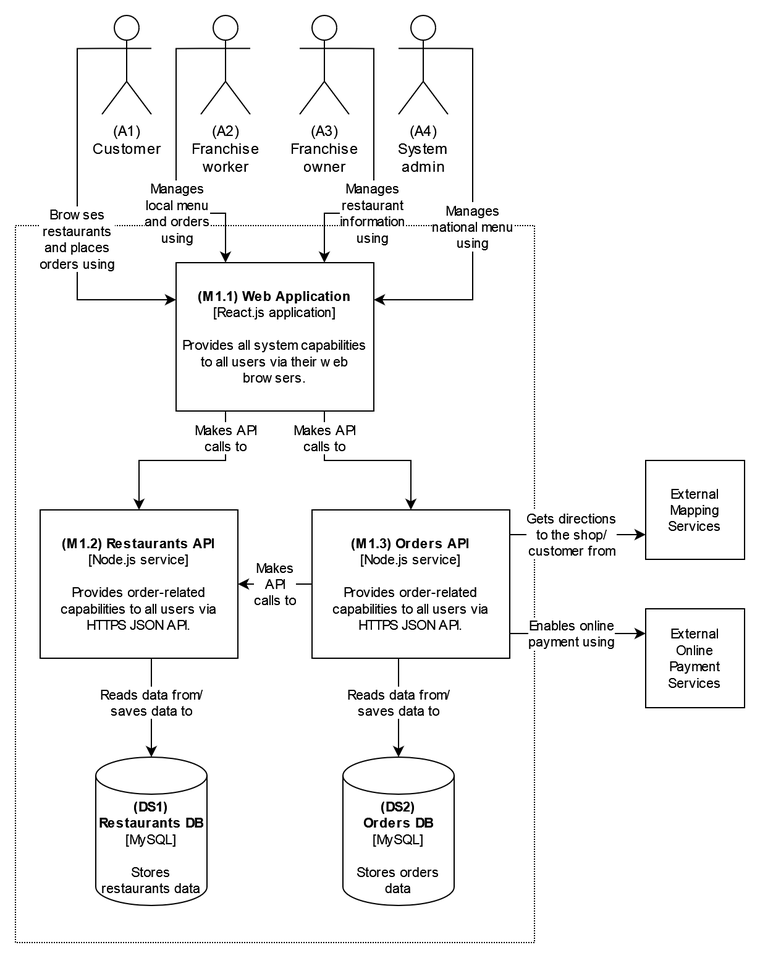
soofka/aop-example keeps this draw.io diagram as container-diagram-1.png. Above is the earlier version. Source tidied: cells renumbered, new cells last; positions are measured from the earlier drawing's top-left corner, leaving out a move shared by most shapes.
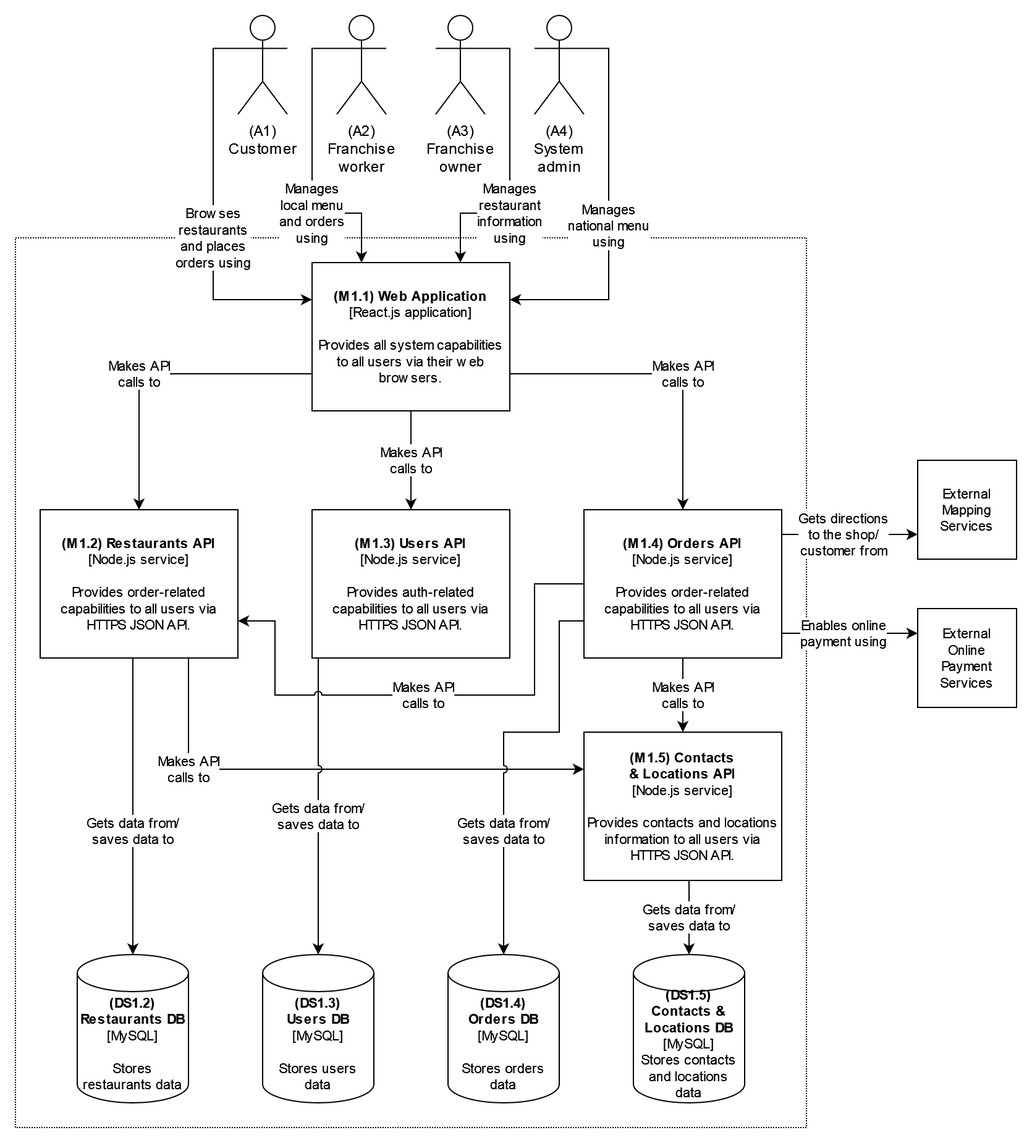
The same diagram one commit later.

The edit, as a diff of the source:
```diff
@@ -5,3 +5,3 @@
     <mxCell id="2" style="rounded=0;whiteSpace=wrap;html=1;fontSize=11;dashed=1;dashPattern=1 1;" parent="1" vertex="1">
-      <mxGeometry y="170" width="420" height="580" as="geometry" />
+      <mxGeometry y="180" width="640" height="720" as="geometry" />
     </mxCell>
@@ -10,24 +10,24 @@
     </mxCell>
-    <mxCell id="4" value="&lt;div&gt;&lt;b&gt;(DS1) Restaurants DB&lt;br&gt;&lt;/b&gt;&lt;/div&gt;&lt;div&gt;[MySQL]&lt;b&gt;&lt;br&gt;&lt;/b&gt;&lt;/div&gt;&lt;div&gt;&lt;b&gt;&lt;br&gt;&lt;/b&gt;&lt;/div&gt;&lt;div&gt;Stores restaurants data&lt;br&gt;&lt;/div&gt;" style="shape=cylinder3;whiteSpace=wrap;html=1;boundedLbl=1;backgroundOutline=1;size=15;fontSize=11;" parent="1" vertex="1">
-      <mxGeometry x="65" y="600" width="90" height="120" as="geometry" />
+    <mxCell id="4" value="&lt;div&gt;&lt;b&gt;(DS1.2) Restaurants DB&lt;br&gt;&lt;/b&gt;&lt;/div&gt;&lt;div&gt;[MySQL]&lt;b&gt;&lt;br&gt;&lt;/b&gt;&lt;/div&gt;&lt;div&gt;&lt;b&gt;&lt;br&gt;&lt;/b&gt;&lt;/div&gt;&lt;div&gt;Stores restaurants data&lt;br&gt;&lt;/div&gt;" style="shape=cylinder3;whiteSpace=wrap;html=1;boundedLbl=1;backgroundOutline=1;size=15;fontSize=11;" parent="1" vertex="1">
+      <mxGeometry x="50" y="760" width="90" height="120" as="geometry" />
     </mxCell>
     <mxCell id="5" value="&lt;div&gt;&lt;b&gt;(M1.1) Web Application&lt;/b&gt;&lt;/div&gt;&lt;div&gt;[React.js application]&lt;/div&gt;&lt;div&gt;&lt;br&gt;&lt;/div&gt;&lt;div&gt;Provides all system capabilities to all users via their web browsers.&lt;br&gt;&lt;/div&gt;" style="rounded=0;whiteSpace=wrap;html=1;fontSize=11;" parent="1" vertex="1">
-      <mxGeometry x="130" y="200" width="160" height="120" as="geometry" />
+      <mxGeometry x="240" y="200" width="160" height="120" as="geometry" />
     </mxCell>
-    <mxCell id="6" value="&lt;div&gt;&lt;b&gt;(M1.3) Orders API&lt;/b&gt;&lt;/div&gt;&lt;div&gt;[Node.js service]&lt;/div&gt;&lt;div&gt;&lt;br&gt;&lt;/div&gt;&lt;div&gt;Provides order-related capabilities to all users via HTTPS JSON API.&lt;br&gt;&lt;/div&gt;" style="rounded=0;whiteSpace=wrap;html=1;fontSize=11;" parent="1" vertex="1">
+    <mxCell id="6" value="&lt;div&gt;&lt;b&gt;(M1.3) Users API&lt;br&gt;&lt;/b&gt;&lt;/div&gt;&lt;div&gt;[Node.js service]&lt;/div&gt;&lt;div&gt;&lt;br&gt;&lt;/div&gt;&lt;div&gt;Provides auth-related capabilities to all users via HTTPS JSON API.&lt;br&gt;&lt;/div&gt;" style="rounded=0;whiteSpace=wrap;html=1;fontSize=11;" parent="1" vertex="1">
       <mxGeometry x="240" y="400" width="160" height="120" as="geometry" />
     </mxCell>
-    <mxCell id="7" value="&lt;div&gt;&lt;b&gt;(DS2)&lt;br&gt;&lt;/b&gt;&lt;/div&gt;&lt;div&gt;&lt;b&gt;Orders DB&lt;br&gt;&lt;/b&gt;&lt;/div&gt;&lt;div&gt;[MySQL]&lt;b&gt;&lt;br&gt;&lt;/b&gt;&lt;/div&gt;&lt;div&gt;&lt;b&gt;&lt;br&gt;&lt;/b&gt;&lt;/div&gt;&lt;div&gt;Stores orders&lt;/div&gt;&lt;div&gt;data&lt;br&gt;&lt;/div&gt;" style="shape=cylinder3;whiteSpace=wrap;html=1;boundedLbl=1;backgroundOutline=1;size=15;fontSize=11;" parent="1" vertex="1">
-      <mxGeometry x="265" y="600" width="90" height="120" as="geometry" />
+    <mxCell id="7" value="&lt;div&gt;&lt;b&gt;(DS1.3)&lt;br&gt;&lt;/b&gt;&lt;/div&gt;&lt;div&gt;&lt;b&gt;Users DB&lt;br&gt;&lt;/b&gt;&lt;/div&gt;&lt;div&gt;[MySQL]&lt;b&gt;&lt;br&gt;&lt;/b&gt;&lt;/div&gt;&lt;div&gt;&lt;b&gt;&lt;br&gt;&lt;/b&gt;&lt;/div&gt;&lt;div&gt;Stores users&lt;/div&gt;&lt;div&gt;data&lt;br&gt;&lt;/div&gt;" style="shape=cylinder3;whiteSpace=wrap;html=1;boundedLbl=1;backgroundOutline=1;size=15;fontSize=11;" parent="1" vertex="1">
+      <mxGeometry x="200" y="760" width="90" height="120" as="geometry" />
     </mxCell>
     <mxCell id="8" value="&lt;div&gt;External&lt;/div&gt;&lt;div&gt;Mapping&lt;/div&gt;&lt;div&gt;Services&lt;br&gt;&lt;/div&gt;" style="rounded=0;whiteSpace=wrap;html=1;fontSize=11;" parent="1" vertex="1">
-      <mxGeometry x="510" y="360" width="80" height="80" as="geometry" />
+      <mxGeometry x="730" y="360" width="80" height="80" as="geometry" />
     </mxCell>
     <mxCell id="9" value="&lt;div&gt;External&lt;/div&gt;&lt;div&gt;Online&lt;/div&gt;&lt;div&gt;Payment&lt;br&gt;&lt;/div&gt;&lt;div&gt;Services&lt;br&gt;&lt;/div&gt;" style="rounded=0;whiteSpace=wrap;html=1;fontSize=11;" parent="1" vertex="1">
-      <mxGeometry x="510" y="480" width="80" height="80" as="geometry" />
+      <mxGeometry x="730" y="480" width="80" height="80" as="geometry" />
     </mxCell>
-    <mxCell id="10" value="&lt;div&gt;Gets directions&lt;/div&gt;&lt;div&gt;to the shop/&lt;/div&gt;&lt;div&gt;customer from&lt;br&gt;&lt;/div&gt;" style="endArrow=none;html=1;rounded=0;fontSize=11;jumpStyle=arc;edgeStyle=orthogonalEdgeStyle;exitX=0;exitY=0.75;exitDx=0;exitDy=0;endFill=0;startArrow=classic;startFill=1;entryX=1;entryY=0.25;entryDx=0;entryDy=0;" parent="1" edge="1" source="8" target="6">
+    <mxCell id="10" value="&lt;div&gt;Gets directions&lt;/div&gt;&lt;div&gt;to the shop/&lt;/div&gt;&lt;div&gt;customer from&lt;br&gt;&lt;/div&gt;" style="endArrow=none;html=1;rounded=0;fontSize=11;jumpStyle=arc;edgeStyle=orthogonalEdgeStyle;exitX=0;exitY=0.75;exitDx=0;exitDy=0;endFill=0;startArrow=classic;startFill=1;entryX=1;entryY=0.25;entryDx=0;entryDy=0;" parent="1" edge="1" source="8" target="22">
       <mxGeometry relative="1" as="geometry">
         <Array as="points">
-          <mxPoint x="400" y="420" />
+          <mxPoint x="620" y="420" />
         </Array>
@@ -35,6 +35,6 @@
     </mxCell>
-    <mxCell id="11" value="&lt;div&gt;Enables online&lt;/div&gt;&lt;div&gt;payment using&lt;br&gt;&lt;/div&gt;" style="endArrow=none;html=1;rounded=0;fontSize=11;jumpStyle=arc;edgeStyle=orthogonalEdgeStyle;exitX=0;exitY=0.25;exitDx=0;exitDy=0;startArrow=classic;startFill=1;endFill=0;entryX=1;entryY=0.75;entryDx=0;entryDy=0;" parent="1" edge="1" source="9" target="6">
+    <mxCell id="11" value="&lt;div&gt;Enables online&lt;/div&gt;&lt;div&gt;payment using&lt;br&gt;&lt;/div&gt;" style="endArrow=none;html=1;rounded=0;fontSize=11;jumpStyle=arc;edgeStyle=orthogonalEdgeStyle;exitX=0;exitY=0.25;exitDx=0;exitDy=0;startArrow=classic;startFill=1;endFill=0;entryX=1;entryY=0.75;entryDx=0;entryDy=0;" parent="1" edge="1" source="9" target="22">
       <mxGeometry relative="1" as="geometry">
         <Array as="points">
-          <mxPoint x="400" y="500" />
+          <mxPoint x="620" y="500" />
         </Array>
@@ -43,12 +43,12 @@
     <mxCell id="12" value="&lt;div&gt;(A1)&lt;/div&gt;&lt;div&gt;Customer&lt;/div&gt;" style="shape=umlActor;verticalLabelPosition=bottom;verticalAlign=top;html=1;outlineConnect=0;fontSize=12;" parent="1" vertex="1">
-      <mxGeometry x="70" width="40" height="80" as="geometry" />
+      <mxGeometry x="180" width="40" height="80" as="geometry" />
     </mxCell>
     <mxCell id="13" value="&lt;div&gt;(A2)&lt;/div&gt;&lt;div&gt;Franchise&lt;/div&gt;&lt;div&gt;worker&lt;br&gt;&lt;/div&gt;" style="shape=umlActor;verticalLabelPosition=bottom;verticalAlign=top;html=1;outlineConnect=0;" parent="1" vertex="1">
-      <mxGeometry x="150" width="40" height="80" as="geometry" />
+      <mxGeometry x="260" width="40" height="80" as="geometry" />
     </mxCell>
     <mxCell id="14" value="&lt;div&gt;(A3) &lt;br&gt;&lt;/div&gt;&lt;div&gt;Franchise&lt;/div&gt;&lt;div&gt;owner&lt;br&gt;&lt;/div&gt;" style="shape=umlActor;verticalLabelPosition=bottom;verticalAlign=top;html=1;outlineConnect=0;" parent="1" vertex="1">
-      <mxGeometry x="230" width="40" height="80" as="geometry" />
+      <mxGeometry x="340" width="40" height="80" as="geometry" />
     </mxCell>
     <mxCell id="15" value="&lt;div&gt;(A4)&lt;br&gt;&lt;/div&gt;&lt;div&gt;System&lt;/div&gt;&lt;div&gt;admin&lt;br&gt;&lt;/div&gt;" style="shape=umlActor;verticalLabelPosition=bottom;verticalAlign=top;html=1;outlineConnect=0;" parent="1" vertex="1">
-      <mxGeometry x="310" width="40" height="80" as="geometry" />
+      <mxGeometry x="420" width="40" height="80" as="geometry" />
     </mxCell>
@@ -57,4 +57,4 @@
         <Array as="points">
-          <mxPoint x="370" y="27" />
-          <mxPoint x="370" y="230" />
+          <mxPoint x="480" y="27" />
+          <mxPoint x="480" y="230" />
         </Array>
@@ -65,5 +65,5 @@
         <Array as="points">
-          <mxPoint x="290" y="27" />
-          <mxPoint x="290" y="160" />
-          <mxPoint x="250" y="160" />
+          <mxPoint x="400" y="27" />
+          <mxPoint x="400" y="160" />
+          <mxPoint x="360" y="160" />
         </Array>
@@ -74,5 +74,5 @@
         <Array as="points">
-          <mxPoint x="130" y="27" />
-          <mxPoint x="130" y="160" />
-          <mxPoint x="170" y="160" />
+          <mxPoint x="240" y="27" />
+          <mxPoint x="240" y="160" />
+          <mxPoint x="280" y="160" />
         </Array>
@@ -83,4 +83,4 @@
         <Array as="points">
-          <mxPoint x="50" y="27" />
-          <mxPoint x="50" y="230" />
+          <mxPoint x="160" y="27" />
+          <mxPoint x="160" y="230" />
         </Array>
@@ -88,7 +88,6 @@
     </mxCell>
-    <mxCell id="20" value="&lt;div&gt;Makes API&lt;/div&gt;&lt;div&gt;calls to&lt;/div&gt;" style="endArrow=classic;html=1;rounded=0;fontSize=11;jumpStyle=arc;entryX=0.5;entryY=0;entryDx=0;entryDy=0;edgeStyle=orthogonalEdgeStyle;exitX=0.25;exitY=1;exitDx=0;exitDy=0;labelBackgroundColor=default;" parent="1" edge="1" source="5" target="3">
-      <mxGeometry x="-0.71" relative="1" as="geometry">
+    <mxCell id="20" value="&lt;div&gt;Makes API&lt;/div&gt;&lt;div&gt;calls to&lt;/div&gt;" style="endArrow=classic;html=1;rounded=0;fontSize=11;jumpStyle=arc;entryX=0.5;entryY=0;entryDx=0;entryDy=0;edgeStyle=orthogonalEdgeStyle;exitX=0;exitY=0.75;exitDx=0;exitDy=0;labelBackgroundColor=default;" parent="1" edge="1" source="5" target="3">
+      <mxGeometry x="0.12" relative="1" as="geometry">
         <Array as="points">
-          <mxPoint x="170" y="360" />
-          <mxPoint x="100" y="360" />
+          <mxPoint x="100" y="290" />
         </Array>
@@ -96,7 +95,7 @@
     </mxCell>
-    <mxCell id="21" value="&lt;div&gt;Makes API&lt;/div&gt;&lt;div&gt;calls to&lt;/div&gt;" style="endArrow=classic;html=1;rounded=0;fontSize=11;jumpStyle=arc;entryX=0.5;entryY=0;entryDx=0;entryDy=0;edgeStyle=orthogonalEdgeStyle;exitX=0.75;exitY=1;exitDx=0;exitDy=0;labelBackgroundColor=default;" parent="1" edge="1" source="5" target="6">
-      <mxGeometry x="-0.71" relative="1" as="geometry">
+    <mxCell id="21" value="&lt;div&gt;Makes API&lt;/div&gt;&lt;div&gt;calls to&lt;/div&gt;" style="endArrow=classic;html=1;rounded=0;fontSize=11;jumpStyle=arc;entryX=0.5;entryY=0;entryDx=0;entryDy=0;edgeStyle=orthogonalEdgeStyle;exitX=0.5;exitY=1;exitDx=0;exitDy=0;labelBackgroundColor=default;" parent="1" edge="1" source="5" target="6">
+      <mxGeometry relative="1" as="geometry">
         <Array as="points">
-          <mxPoint x="250" y="360" />
-          <mxPoint x="320" y="360" />
+          <mxPoint x="320" y="330" />
+          <mxPoint x="320" y="330" />
         </Array>
@@ -104,15 +103,9 @@
     </mxCell>
-    <mxCell id="22" value="&lt;div&gt;Reads data from/&lt;/div&gt;&lt;div&gt;saves data to&lt;br&gt;&lt;/div&gt;" style="endArrow=classic;html=1;rounded=0;fontSize=11;jumpStyle=arc;entryX=0.5;entryY=0;entryDx=0;entryDy=0;edgeStyle=orthogonalEdgeStyle;exitX=0.5;exitY=1;exitDx=0;exitDy=0;labelBackgroundColor=default;entryPerimeter=0;" parent="1" edge="1" source="3" target="4">
-      <mxGeometry relative="1" as="geometry">
-        <Array as="points">
-          <mxPoint x="110" y="570" />
-          <mxPoint x="110" y="570" />
-        </Array>
-      </mxGeometry>
+    <mxCell id="22" value="&lt;div&gt;&lt;b&gt;(M1.4) Orders API&lt;/b&gt;&lt;/div&gt;&lt;div&gt;[Node.js service]&lt;/div&gt;&lt;div&gt;&lt;br&gt;&lt;/div&gt;&lt;div&gt;Provides order-related capabilities to all users via HTTPS JSON API.&lt;br&gt;&lt;/div&gt;" style="rounded=0;whiteSpace=wrap;html=1;fontSize=11;" parent="1" vertex="1">
+      <mxGeometry x="460" y="400" width="160" height="120" as="geometry" />
     </mxCell>
-    <mxCell id="23" value="&lt;div&gt;Reads data from/&lt;/div&gt;&lt;div&gt;saves data to&lt;br&gt;&lt;/div&gt;" style="endArrow=classic;html=1;rounded=0;fontSize=11;jumpStyle=arc;entryX=0.5;entryY=0;entryDx=0;entryDy=0;edgeStyle=orthogonalEdgeStyle;exitX=0.5;exitY=1;exitDx=0;exitDy=0;labelBackgroundColor=default;entryPerimeter=0;" parent="1" edge="1" source="6" target="7">
-      <mxGeometry relative="1" as="geometry">
+    <mxCell id="23" value="&lt;div&gt;Makes API&lt;/div&gt;&lt;div&gt;calls to&lt;/div&gt;" style="endArrow=classic;html=1;rounded=0;fontSize=11;jumpStyle=arc;entryX=0.5;entryY=0;entryDx=0;entryDy=0;edgeStyle=orthogonalEdgeStyle;exitX=1;exitY=0.75;exitDx=0;exitDy=0;labelBackgroundColor=default;" parent="1" edge="1" source="5" target="22">
+      <mxGeometry x="0.12" relative="1" as="geometry">
         <Array as="points">
-          <mxPoint x="310" y="570" />
-          <mxPoint x="310" y="570" />
+          <mxPoint x="540" y="290" />
         </Array>
@@ -120,10 +113,66 @@
     </mxCell>
-    <mxCell id="24" value="&lt;div&gt;Makes&lt;/div&gt;&lt;div&gt;API&lt;/div&gt;&lt;div&gt;calls to&lt;/div&gt;" style="endArrow=classic;html=1;rounded=0;fontSize=11;jumpStyle=arc;entryX=1;entryY=0.5;entryDx=0;entryDy=0;edgeStyle=orthogonalEdgeStyle;exitX=0;exitY=0.5;exitDx=0;exitDy=0;labelBackgroundColor=default;" parent="1" edge="1" source="6" target="3">
-      <mxGeometry relative="1" as="geometry">
-        <Array as="points">
-          <mxPoint x="230" y="460" />
-          <mxPoint x="230" y="460" />
-        </Array>
-      </mxGeometry>
+    <mxCell id="24" value="&lt;div&gt;&lt;b&gt;(M1.5) Contacts&lt;/b&gt;&lt;/div&gt;&lt;div&gt;&lt;b&gt;&amp;amp; Locations API&lt;/b&gt;&lt;/div&gt;&lt;div&gt;[Node.js service]&lt;/div&gt;&lt;div&gt;&lt;br&gt;&lt;/div&gt;&lt;div&gt;Provides contacts and locations information to all users via HTTPS JSON API.&lt;br&gt;&lt;/div&gt;" style="rounded=0;whiteSpace=wrap;html=1;fontSize=11;" parent="1" vertex="1">
+      <mxGeometry x="460" y="580" width="160" height="120" as="geometry" />
     </mxCell>
+    <mxCell id="25" value="&lt;div&gt;&lt;b&gt;(DS1.4)&lt;br&gt;&lt;/b&gt;&lt;/div&gt;&lt;div&gt;&lt;b&gt;Orders DB&lt;br&gt;&lt;/b&gt;&lt;/div&gt;&lt;div&gt;[MySQL]&lt;b&gt;&lt;br&gt;&lt;/b&gt;&lt;/div&gt;&lt;div&gt;&lt;b&gt;&lt;br&gt;&lt;/b&gt;&lt;/div&gt;&lt;div&gt;Stores orders&lt;/div&gt;&lt;div&gt;data&lt;br&gt;&lt;/div&gt;" style="shape=cylinder3;whiteSpace=wrap;html=1;boundedLbl=1;backgroundOutline=1;size=15;fontSize=11;" parent="1" vertex="1">
+      <mxGeometry x="350" y="760" width="90" height="120" as="geometry" />
+    </mxCell>
+    <mxCell id="26" value="&lt;div&gt;&lt;b&gt;(DS1.5)&lt;br&gt;&lt;/b&gt;&lt;/div&gt;&lt;div&gt;&lt;b&gt;Contacts &amp;amp; Locations DB&lt;br&gt;&lt;/b&gt;&lt;/div&gt;&lt;div&gt;[MySQL]&lt;b&gt;&lt;br&gt;&lt;/b&gt;&lt;/div&gt;&lt;div&gt;Stores contacts &lt;br&gt;&lt;/div&gt;&lt;div&gt;and locations &lt;br&gt;&lt;/div&gt;&lt;div&gt;data&lt;br&gt;&lt;/div&gt;" style="shape=cylinder3;whiteSpace=wrap;html=1;boundedLbl=1;backgroundOutline=1;size=15;fontSize=11;" parent="1" vertex="1">
+      <mxGeometry x="500" y="760" width="90" height="120" as="geometry" />
+    </mxCell>
+    <mxCell id="27" value="&lt;div&gt;Makes API&lt;/div&gt;&lt;div&gt;calls to&lt;/div&gt;" style="endArrow=classic;html=1;rounded=0;fontSize=11;jumpStyle=arc;entryX=0;entryY=0.25;entryDx=0;entryDy=0;edgeStyle=orthogonalEdgeStyle;exitX=0.75;exitY=1;exitDx=0;exitDy=0;labelBackgroundColor=default;" parent="1" edge="1" source="3" target="24">
+      <mxGeometry x="-0.56" relative="1" as="geometry">
+        <Array as="points">
+          <mxPoint x="140" y="610" />
+        </Array>
+      </mxGeometry>
+    </mxCell>
+    <mxCell id="28" value="&lt;div&gt;Makes API&lt;/div&gt;&lt;div&gt;calls to&lt;/div&gt;" style="endArrow=classic;html=1;rounded=0;fontSize=11;jumpStyle=arc;entryX=0.5;entryY=0;entryDx=0;entryDy=0;edgeStyle=orthogonalEdgeStyle;exitX=0.5;exitY=1;exitDx=0;exitDy=0;labelBackgroundColor=default;" parent="1" edge="1" source="22" target="24">
+      <mxGeometry relative="1" as="geometry">
+        <Array as="points">
+          <mxPoint x="540" y="580" />
+          <mxPoint x="540" y="580" />
+        </Array>
+      </mxGeometry>
+    </mxCell>
+    <mxCell id="29" value="&lt;div&gt;Gets data from/&lt;/div&gt;&lt;div&gt;saves data to&lt;br&gt;&lt;/div&gt;" style="endArrow=classic;html=1;rounded=0;fontSize=11;jumpStyle=arc;entryX=0.5;entryY=0;entryDx=0;entryDy=0;edgeStyle=orthogonalEdgeStyle;exitX=0.5;exitY=1;exitDx=0;exitDy=0;labelBackgroundColor=default;entryPerimeter=0;" parent="1" edge="1" source="3" target="4">
+      <mxGeometry x="0.18" relative="1" as="geometry">
+        <Array as="points">
+          <mxPoint x="95" y="520" />
+        </Array>
+      </mxGeometry>
+    </mxCell>
+    <mxCell id="30" value="&lt;div&gt;Gets data from/&lt;/div&gt;&lt;div&gt;saves data to&lt;br&gt;&lt;/div&gt;" style="endArrow=classic;html=1;rounded=0;fontSize=11;jumpStyle=arc;entryX=0.5;entryY=0;entryDx=0;entryDy=0;edgeStyle=orthogonalEdgeStyle;exitX=0.25;exitY=1;exitDx=0;exitDy=0;labelBackgroundColor=default;entryPerimeter=0;" parent="1" edge="1" source="6" target="7">
+      <mxGeometry x="0.18" relative="1" as="geometry">
+        <Array as="points">
+          <mxPoint x="245" y="520" />
+        </Array>
+      </mxGeometry>
+    </mxCell>
+    <mxCell id="31" value="&lt;div&gt;Gets data from/&lt;/div&gt;&lt;div&gt;saves data to&lt;br&gt;&lt;/div&gt;" style="endArrow=classic;html=1;rounded=0;fontSize=11;jumpStyle=arc;entryX=0.5;entryY=0;entryDx=0;entryDy=0;edgeStyle=orthogonalEdgeStyle;exitX=0;exitY=0.75;exitDx=0;exitDy=0;labelBackgroundColor=default;entryPerimeter=0;" parent="1" edge="1" source="22" target="25">
+      <mxGeometry x="0.4" relative="1" as="geometry">
+        <Array as="points">
+          <mxPoint x="440" y="490" />
+          <mxPoint x="440" y="580" />
+          <mxPoint x="395" y="580" />
+        </Array>
+      </mxGeometry>
+    </mxCell>
+    <mxCell id="32" value="&lt;div&gt;Makes API&lt;/div&gt;&lt;div&gt;calls to&lt;/div&gt;" style="endArrow=classic;html=1;rounded=0;fontSize=11;jumpStyle=arc;entryX=1;entryY=0.75;entryDx=0;entryDy=0;edgeStyle=orthogonalEdgeStyle;exitX=0;exitY=0.5;exitDx=0;exitDy=0;labelBackgroundColor=default;" parent="1" edge="1" source="22" target="3">
+      <mxGeometry x="0.02" relative="1" as="geometry">
+        <Array as="points">
+          <mxPoint x="420" y="460" />
+          <mxPoint x="420" y="550" />
+          <mxPoint x="210" y="550" />
+          <mxPoint x="210" y="490" />
+        </Array>
+      </mxGeometry>
+    </mxCell>
+    <mxCell id="33" value="&lt;div&gt;Gets data from/&lt;/div&gt;&lt;div&gt;saves data to&lt;br&gt;&lt;/div&gt;" style="endArrow=classic;html=1;rounded=0;fontSize=11;jumpStyle=arc;entryX=0.5;entryY=0;entryDx=0;entryDy=0;edgeStyle=orthogonalEdgeStyle;exitX=0.5;exitY=1;exitDx=0;exitDy=0;labelBackgroundColor=default;entryPerimeter=0;" parent="1" edge="1" source="24" target="26">
+      <mxGeometry x="0.08" relative="1" as="geometry">
+        <Array as="points">
+          <mxPoint x="545" y="700" />
+        </Array>
+      </mxGeometry>
+    </mxCell>
   </root>
```
